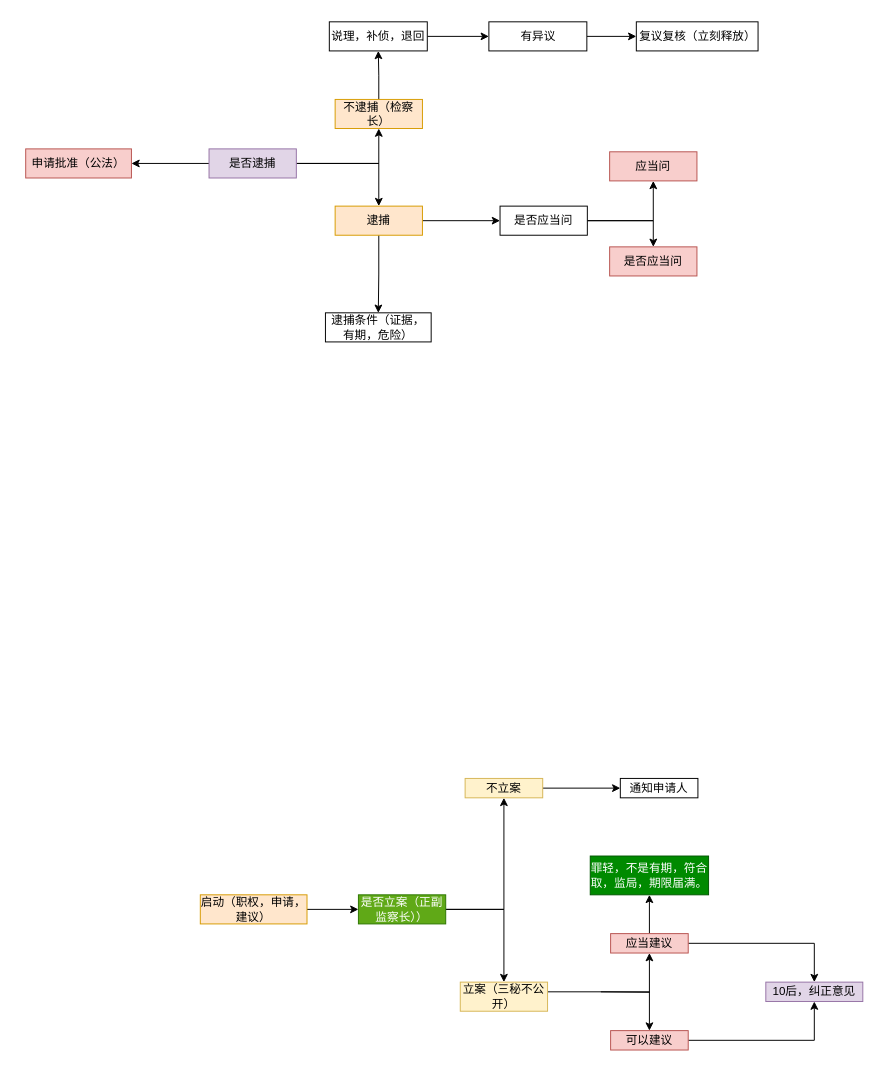
Earlier version of the draw.io diagram 流程图文件/刑诉/专题8强制措施/羁押必要性审查.drawio (woshiduanli/Study). Source tidied: cells renumbered, new cells numbered last; positions are measured from the earlier drawing's top-left corner, leaving out a move shared by most shapes. Both pictures are drawn from the tidied source at 97%, with x=0, y=0 at pixel (25, 21).
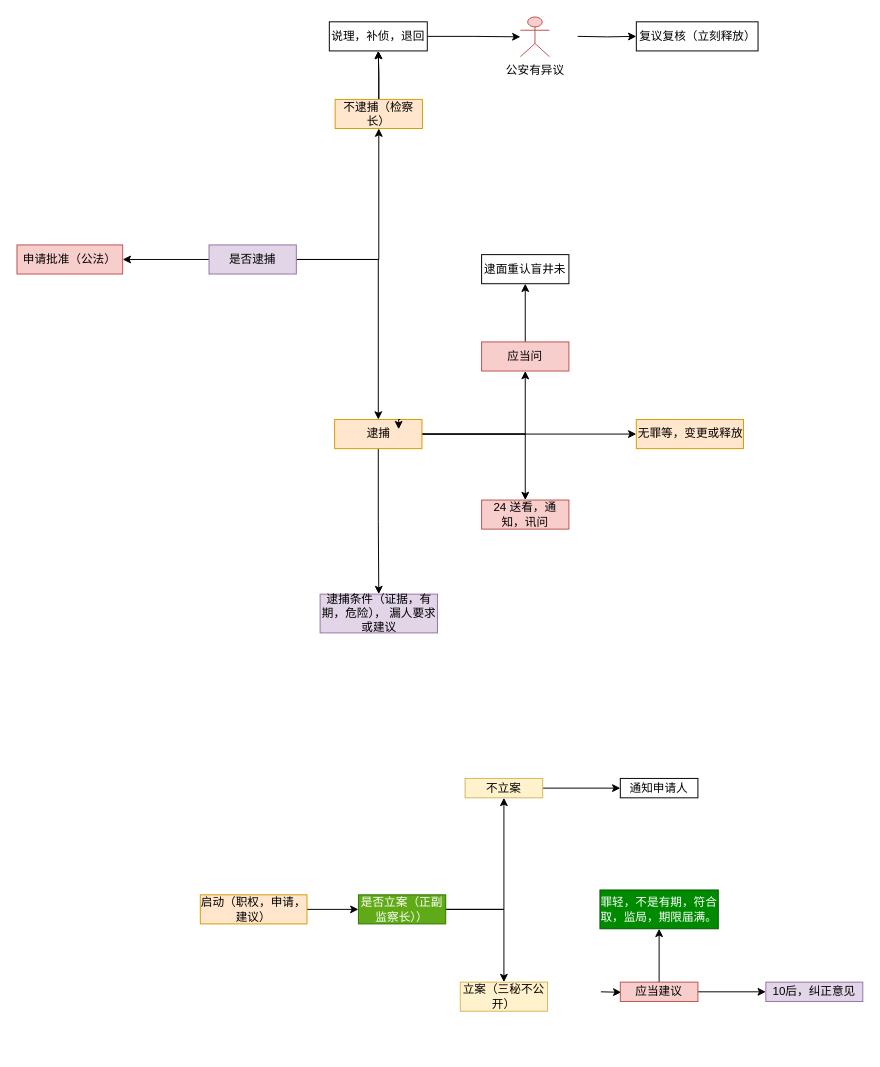
After the change.

Commit message (it also covers changes not shown here):
更新羁押必要性审查.drawio

The change refers to these unchanged cells:
```xml
<mxCell id="11" value="立案（三秘不公开）" style="rounded=0;whiteSpace=wrap;html=1;fillColor=#fff2cc;strokeColor=#d6b656;" parent="1" vertex="1">
  <mxGeometry x="448" y="990" width="90" height="30" as="geometry" />
</mxCell>
<mxCell id="18" value="10后，纠正意见" style="rounded=0;whiteSpace=wrap;html=1;fillColor=#e1d5e7;strokeColor=#9673a6;" parent="1" vertex="1">
  <mxGeometry x="763" y="990" width="100" height="20" as="geometry" />
</mxCell>
<mxCell id="25" value="不逮捕（检察长）" style="whiteSpace=wrap;html=1;fillColor=#ffe6cc;strokeColor=#d79b00;" parent="1" vertex="1">
  <mxGeometry x="319" y="80" width="90" height="30" as="geometry" />
</mxCell>
<mxCell id="35" value="说理，补侦，退回" style="whiteSpace=wrap;html=1;" parent="1" vertex="1">
  <mxGeometry x="313" width="101" height="30" as="geometry" />
</mxCell>
<mxCell id="38" value="复议复核（立刻释放）" style="whiteSpace=wrap;html=1;" parent="1" vertex="1">
  <mxGeometry x="629.5" width="125.5" height="30" as="geometry" />
</mxCell>
```

Diff of the diagram source:
```diff
@@
-    <mxCell id="10" style="edgeStyle=orthogonalEdgeStyle;rounded=0;jettySize=auto;html=1;" parent="1" edge="1" source="11" target="17">
-      <mxGeometry relative="1" as="geometry">
-        <Array as="points">
-          <mxPoint x="643" y="1000" />
-        </Array>
-      </mxGeometry>
-    </mxCell>
@@
     <mxCell id="15" value="应当建议" style="rounded=0;whiteSpace=wrap;html=1;fillColor=#f8cecc;strokeColor=#b85450;" parent="1" vertex="1">
-      <mxGeometry x="603" y="940" width="80" height="20" as="geometry" />
+      <mxGeometry x="613" y="990" width="80" height="20" as="geometry" />
     </mxCell>
-    <mxCell id="16" style="edgeStyle=orthogonalEdgeStyle;rounded=0;jettySize=auto;html=1;entryX=0.5;entryY=1;entryDx=0;entryDy=0;" parent="1" edge="1" source="17" target="18">
-      <mxGeometry relative="1" as="geometry" />
-    </mxCell>
-    <mxCell id="17" value="可以建议" style="rounded=0;whiteSpace=wrap;html=1;fillColor=#f8cecc;strokeColor=#b85450;" parent="1" vertex="1">
-      <mxGeometry x="603" y="1040" width="80" height="20" as="geometry" />
-    </mxCell>
@@
     <mxCell id="19" value="罪轻，不是有期，符合取，监局，期限届满。" style="rounded=0;whiteSpace=wrap;html=1;fillColor=#008a00;fontColor=#ffffff;strokeColor=#005700;" parent="1" vertex="1">
-      <mxGeometry x="582" y="860" width="122" height="40" as="geometry" />
+      <mxGeometry x="592" y="895" width="122" height="40" as="geometry" />
     </mxCell>
@@
     <mxCell id="23" value="是否逮捕" style="whiteSpace=wrap;html=1;fillColor=#e1d5e7;strokeColor=#9673a6;" parent="1" vertex="1">
-      <mxGeometry x="189" y="131" width="90" height="30" as="geometry" />
+      <mxGeometry x="189" y="230" width="90" height="30" as="geometry" />
     </mxCell>
@@
+    <mxCell id="41" style="edgeStyle=orthogonalEdgeStyle;rounded=0;jettySize=auto;html=1;" parent="1" edge="1" source="25" target="35">
+      <mxGeometry relative="1" as="geometry" />
+    </mxCell>
@@
-    <mxCell id="26" style="edgeStyle=orthogonalEdgeStyle;rounded=0;jettySize=auto;html=1;" parent="1" edge="1" source="28" target="31">
-      <mxGeometry relative="1" as="geometry" />
-    </mxCell>
@@
+    <mxCell id="42" style="edgeStyle=orthogonalEdgeStyle;rounded=0;jettySize=auto;html=1;" parent="1" edge="1" source="28" target="47">
+      <mxGeometry relative="1" as="geometry" />
+    </mxCell>
+    <mxCell id="43" style="edgeStyle=orthogonalEdgeStyle;rounded=0;jettySize=auto;html=1;" parent="1" edge="1" source="28" target="32">
+      <mxGeometry relative="1" as="geometry" />
+    </mxCell>
+    <mxCell id="44" style="edgeStyle=orthogonalEdgeStyle;rounded=0;jettySize=auto;html=1;" parent="1" edge="1" source="28" target="49">
+      <mxGeometry relative="1" as="geometry" />
+    </mxCell>
     <mxCell id="28" value="逮捕" style="whiteSpace=wrap;html=1;fillColor=#ffe6cc;strokeColor=#d79b00;" parent="1" vertex="1">
-      <mxGeometry x="319" y="190" width="90" height="30" as="geometry" />
+      <mxGeometry x="318.5" y="410" width="90" height="30" as="geometry" />
     </mxCell>
-    <mxCell id="29" style="edgeStyle=orthogonalEdgeStyle;rounded=0;jettySize=auto;html=1;" parent="1" edge="1" source="31" target="32">
-      <mxGeometry relative="1" as="geometry" />
-    </mxCell>
-    <mxCell id="30" style="edgeStyle=orthogonalEdgeStyle;rounded=0;jettySize=auto;html=1;" parent="1" edge="1" source="31" target="33">
-      <mxGeometry relative="1" as="geometry" />
-    </mxCell>
-    <mxCell id="31" value="是否应当问" style="whiteSpace=wrap;html=1;" parent="1" vertex="1">
-      <mxGeometry x="489" y="190" width="90" height="30" as="geometry" />
-    </mxCell>
+    <mxCell id="45" style="edgeStyle=orthogonalEdgeStyle;rounded=0;jettySize=auto;html=1;" parent="1" edge="1" source="32" target="46">
+      <mxGeometry relative="1" as="geometry" />
+    </mxCell>
     <mxCell id="32" value="应当问" style="whiteSpace=wrap;html=1;fillColor=#f8cecc;strokeColor=#b85450;" parent="1" vertex="1">
-      <mxGeometry x="602" y="134" width="90" height="30" as="geometry" />
+      <mxGeometry x="470" y="330" width="90" height="30" as="geometry" />
     </mxCell>
-    <mxCell id="33" value="是否应当问" style="whiteSpace=wrap;html=1;fillColor=#f8cecc;strokeColor=#b85450;" parent="1" vertex="1">
-      <mxGeometry x="602" y="232" width="90" height="30" as="geometry" />
-    </mxCell>
@@
+    <mxCell id="37" value="公安有异议" style="shape=umlActor;verticalLabelPosition=bottom;verticalAlign=top;html=1;fontFamily=Helvetica;fontSize=12;fontColor=default;align=center;strokeColor=#b85450;fillColor=#f8cecc;" parent="1" vertex="1">
+      <mxGeometry x="510" y="-5" width="30" height="41" as="geometry" />
+    </mxCell>
-    <mxCell id="36" style="edgeStyle=orthogonalEdgeStyle;rounded=0;jettySize=auto;html=1;" parent="1" edge="1" source="37" target="38">
-      <mxGeometry relative="1" as="geometry" />
+    <mxCell id="36" style="edgeStyle=orthogonalEdgeStyle;rounded=0;jettySize=auto;html=1;startArrow=none;" parent="1" edge="1" target="38">
+      <mxGeometry relative="1" as="geometry">
+        <mxPoint x="569.1" y="15" as="sourcePoint" />
+      </mxGeometry>
     </mxCell>
-    <mxCell id="37" value="有异议" style="whiteSpace=wrap;html=1;" parent="1" vertex="1">
-      <mxGeometry x="477.5" width="101" height="30" as="geometry" />
-    </mxCell>
@@
     <mxCell id="39" value="申请批准（公法）" style="whiteSpace=wrap;html=1;fillColor=#f8cecc;strokeColor=#b85450;" parent="1" vertex="1">
-      <mxGeometry y="131" width="109" height="30" as="geometry" />
+      <mxGeometry x="-9" y="230" width="109" height="30" as="geometry" />
     </mxCell>
-    <mxCell id="40" value="逮捕条件（证据，有期，危险）" style="whiteSpace=wrap;html=1;" parent="1" vertex="1">
-      <mxGeometry x="309" y="300" width="109" height="30" as="geometry" />
+    <mxCell id="40" value="逮捕条件（证据，有期，危险）， 漏人要求或建议" style="whiteSpace=wrap;html=1;fillColor=#e1d5e7;strokeColor=#9673a6;" parent="1" vertex="1">
+      <mxGeometry x="303.5" y="590" width="121" height="40" as="geometry" />
     </mxCell>
+    <mxCell id="46" value="逮面重认盲井未" style="whiteSpace=wrap;html=1;" parent="1" vertex="1">
+      <mxGeometry x="470" y="240" width="90" height="30" as="geometry" />
+    </mxCell>
+    <mxCell id="47" value="24 送看，通知，讯问" style="whiteSpace=wrap;html=1;fillColor=#f8cecc;strokeColor=#b85450;" parent="1" vertex="1">
+      <mxGeometry x="470" y="493" width="90" height="30" as="geometry" />
+    </mxCell>
+    <mxCell id="48" style="edgeStyle=orthogonalEdgeStyle;rounded=0;orthogonalLoop=1;jettySize=auto;html=1;exitX=0.75;exitY=0;exitDx=0;exitDy=0;entryX=0.733;entryY=0.333;entryDx=0;entryDy=0;entryPerimeter=0;" parent="1" edge="1" source="28" target="28">
+      <mxGeometry relative="1" as="geometry">
+        <Array as="points">
+          <mxPoint x="385" y="410" />
+        </Array>
+      </mxGeometry>
+    </mxCell>
+    <mxCell id="49" value="无罪等，变更或释放" style="whiteSpace=wrap;html=1;fillColor=#ffe6cc;strokeColor=#d79b00;" parent="1" vertex="1">
+      <mxGeometry x="629.5" y="410" width="110.5" height="30" as="geometry" />
+    </mxCell>
```
